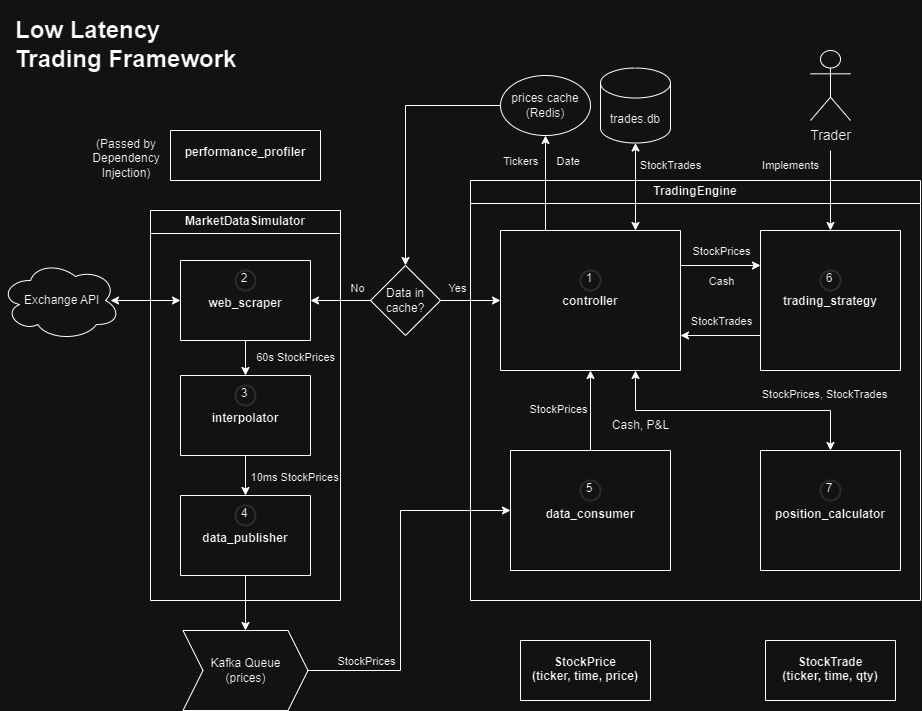
Above: imgs/LLFT-Architecture.drawio.png in Erik-Kelemen/Low-Latency-Trading-Framework (draw.io), before the change. Source tidied: cells renumbered, new cells last; positions are measured from the earlier drawing's top-left corner, leaving out a move shared by most shapes.
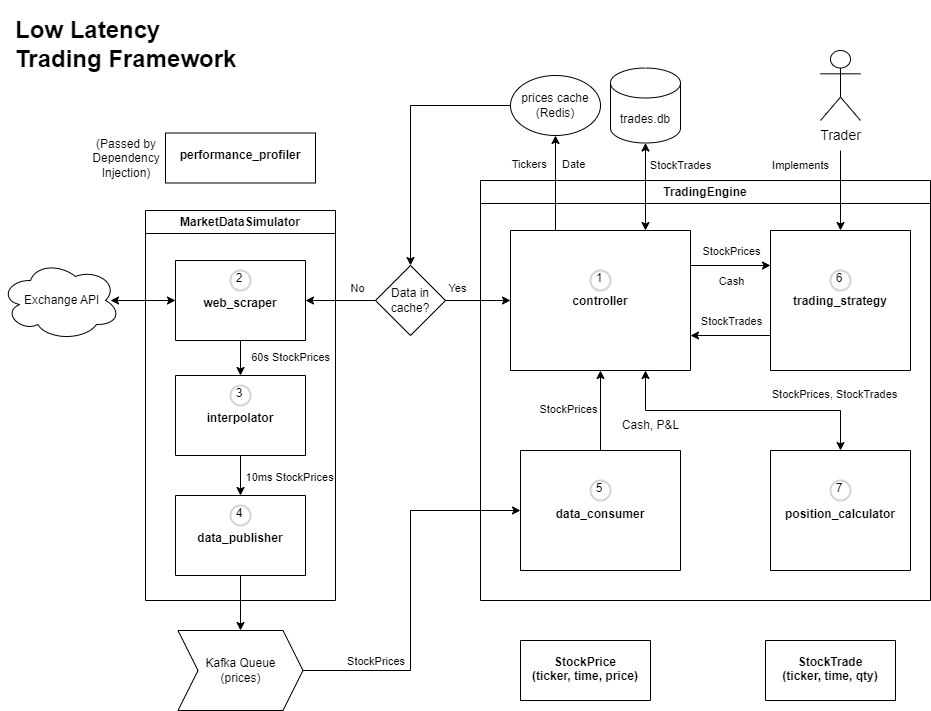
Later version of the same file.

The edit, as a diff of the source:
```diff
@@ -3,7 +3,7 @@
     <mxCell id="0" />
     <mxCell id="1" parent="0" />
     <mxCell id="2" value="TradingEngine" style="swimlane;whiteSpace=wrap;html=1;labelBackgroundColor=none;fillOpacity=0;" parent="1" vertex="1">
-      <mxGeometry x="470" y="170" width="450" height="420" as="geometry" />
+      <mxGeometry x="480" y="170" width="450" height="420" as="geometry" />
     </mxCell>
     <mxCell id="3" value="&#10;&#10;&#10;&#10;&#10;&#10;&#10;&#10;&#10;&#10;trading_strategy" style="swimlane;startSize=0;labelBackgroundColor=none;" parent="2" vertex="1">
       <mxGeometry x="290" y="50" width="140" height="140" as="geometry" />
@@ -75,7 +75,7 @@
       </mxGeometry>
     </mxCell>
     <mxCell id="21" value="MarketDataSimulator" style="swimlane;whiteSpace=wrap;html=1;labelBackgroundColor=none;fillOpacity=0;" parent="1" vertex="1">
-      <mxGeometry x="150" y="200" width="190" height="390" as="geometry" />
+      <mxGeometry x="145" y="200" width="190" height="390" as="geometry" />
     </mxCell>
     <mxCell id="22" value="&#10;&#10;&#10;&#10;&#10;&#10;interpolator" style="swimlane;startSize=0;labelBackgroundColor=none;" parent="21" vertex="1">
       <mxGeometry x="30" y="165" width="130" height="80" as="geometry" />
@@ -113,17 +113,17 @@
     </mxCell>
     <mxCell id="32" style="endArrow=classic;html=1;rounded=0;entryX=0.5;entryY=0;entryDx=0;entryDy=0;labelBackgroundColor=none;" parent="1" edge="1" target="3">
       <mxGeometry relative="1" as="geometry">
-        <mxPoint x="830" y="140" as="sourcePoint" />
+        <mxPoint x="840" y="140" as="sourcePoint" />
       </mxGeometry>
     </mxCell>
     <mxCell id="33" value="&lt;font style=&quot;font-size: 14px;&quot;&gt;Trader&lt;/font&gt;" style="shape=umlActor;verticalLabelPosition=bottom;verticalAlign=top;html=1;labelBackgroundColor=none;fillOpacity=0;" parent="1" vertex="1">
-      <mxGeometry x="810" y="40" width="40" height="70" as="geometry" />
+      <mxGeometry x="820" y="40" width="40" height="70" as="geometry" />
     </mxCell>
     <mxCell id="34" value="&amp;nbsp;Exchange API" style="ellipse;shape=cloud;whiteSpace=wrap;html=1;labelBackgroundColor=none;fillOpacity=0;" parent="1" vertex="1">
       <mxGeometry y="250" width="120" height="80" as="geometry" />
     </mxCell>
     <mxCell id="35" value="Kafka Queue&#10;(prices)" style="shape=step;perimeter=stepPerimeter;whiteSpace=wrap;html=1;fixedSize=1;labelBackgroundColor=none;fillOpacity=0;" parent="1" vertex="1">
-      <mxGeometry x="182.5" y="620" width="125" height="80" as="geometry" />
+      <mxGeometry x="177.5" y="620" width="125" height="80" as="geometry" />
     </mxCell>
     <mxCell id="36" style="endArrow=classic;html=1;rounded=0;exitX=0.5;exitY=1;exitDx=0;exitDy=0;entryX=0.5;entryY=0;entryDx=0;entryDy=0;labelBackgroundColor=none;" parent="1" edge="1" source="24" target="35">
       <mxGeometry relative="1" as="geometry" />
@@ -131,8 +131,8 @@
     <mxCell id="37" style="endArrow=classic;html=1;rounded=0;exitX=1;exitY=0.5;exitDx=0;exitDy=0;entryX=0;entryY=0.5;entryDx=0;entryDy=0;labelBackgroundColor=none;" parent="1" edge="1" source="35" target="7">
       <mxGeometry relative="1" as="geometry">
         <Array as="points">
-          <mxPoint x="400" y="660" />
-          <mxPoint x="400" y="500" />
+          <mxPoint x="410" y="660" />
+          <mxPoint x="410" y="500" />
         </Array>
       </mxGeometry>
     </mxCell>
@@ -140,13 +140,13 @@
       <mxGeometry relative="1" as="geometry" />
     </mxCell>
     <mxCell id="39" value="trades.db" style="shape=cylinder3;boundedLbl=1;backgroundOutline=1;size=15;labelBackgroundColor=none;fillOpacity=0;" parent="1" vertex="1">
-      <mxGeometry x="600" y="57.5" width="70" height="75" as="geometry" />
+      <mxGeometry x="610" y="57.5" width="70" height="75" as="geometry" />
     </mxCell>
     <mxCell id="40" style="endArrow=classic;html=1;rounded=0;labelBackgroundColor=none;exitX=0.25;exitY=0;exitDx=0;exitDy=0;entryX=0.5;entryY=1;entryDx=0;entryDy=0;" parent="1" edge="1" source="5" target="49">
       <mxGeometry relative="1" as="geometry" />
     </mxCell>
     <mxCell id="41" value="&#10;&#10;&#10;performance_profiler" style="swimlane;startSize=0;labelBackgroundColor=none;" parent="1" vertex="1">
-      <mxGeometry x="170" y="120" width="150" height="50" as="geometry" />
+      <mxGeometry x="165" y="122.5" width="150" height="50" as="geometry" />
     </mxCell>
     <mxCell id="42" value="&lt;h1&gt;Low Latency Trading Framework&lt;/h1&gt;" style="text;html=1;strokeColor=none;fillColor=none;spacing=5;spacingTop=-20;whiteSpace=wrap;overflow=hidden;rounded=0;labelBackgroundColor=none;" parent="1" vertex="1">
       <mxGeometry x="10" width="232.5" height="80" as="geometry" />
@@ -161,34 +161,36 @@
       <mxGeometry x="765" y="630" width="130" height="60" as="geometry" />
     </mxCell>
     <mxCell id="46" value="&lt;font style=&quot;font-size: 11px;&quot;&gt;StockTrades&lt;/font&gt;" style="text;html=1;align=center;verticalAlign=middle;strokeColor=none;fillColor=none;" parent="1" vertex="1">
-      <mxGeometry x="630" y="140" width="80" height="30" as="geometry" />
+      <mxGeometry x="640" y="140" width="80" height="30" as="geometry" />
     </mxCell>
     <mxCell id="47" value="&lt;font style=&quot;font-size: 11px;&quot;&gt;Implements&lt;/font&gt;" style="text;html=1;align=center;verticalAlign=middle;strokeColor=none;fillColor=none;" parent="1" vertex="1">
-      <mxGeometry x="750" y="140" width="80" height="30" as="geometry" />
+      <mxGeometry x="760" y="140" width="80" height="30" as="geometry" />
     </mxCell>
-    <mxCell id="48" value="StockPrices" style="edgeLabel;html=1;align=center;verticalAlign=middle;labelBackgroundColor=none;" parent="1" vertex="1">
-      <mxGeometry x="405" y="680" as="geometry">
+    <mxCell id="48" value="&amp;nbsp; &amp;nbsp;StockPrices" style="edgeLabel;html=1;align=center;verticalAlign=middle;labelBackgroundColor=none;" parent="1" vertex="1">
+      <mxGeometry x="410" y="680" as="geometry">
         <mxPoint x="-40" y="-30" as="offset" />
       </mxGeometry>
     </mxCell>
     <mxCell id="49" value="prices cache&#10;(Redis)" style="ellipse;whiteSpace=wrap;html=1;labelBackgroundColor=none;strokeColor=default;shadow=0;fillOpacity=0;" parent="1" vertex="1">
-      <mxGeometry x="500" y="65" width="90" height="60" as="geometry" />
+      <mxGeometry x="510" y="65" width="90" height="60" as="geometry" />
     </mxCell>
     <mxCell id="50" style="endArrow=classic;html=1;rounded=0;exitX=0;exitY=0.5;exitDx=0;exitDy=0;entryX=0.5;entryY=0;entryDx=0;entryDy=0;labelBackgroundColor=none;" parent="1" edge="1" source="49" target="51">
       <mxGeometry relative="1" as="geometry">
         <Array as="points">
-          <mxPoint x="405" y="95" />
+          <mxPoint x="410" y="95" />
         </Array>
       </mxGeometry>
     </mxCell>
     <mxCell id="51" value="Data in cache?" style="rhombus;whiteSpace=wrap;html=1;labelBackgroundColor=none;fillOpacity=0;" parent="1" vertex="1">
-      <mxGeometry x="370" y="255" width="70" height="70" as="geometry" />
+      <mxGeometry x="375" y="255" width="70" height="70" as="geometry" />
     </mxCell>
     <mxCell id="52" style="endArrow=classic;html=1;rounded=0;exitX=1;exitY=0.5;exitDx=0;exitDy=0;entryX=0;entryY=0.5;entryDx=0;entryDy=0;" parent="1" edge="1" source="51" target="5">
       <mxGeometry relative="1" as="geometry" />
     </mxCell>
-    <mxCell id="53" value="Tickers&amp;nbsp; &amp;nbsp; &amp;nbsp; Date" style="edgeLabel;html=1;align=center;verticalAlign=middle;labelBackgroundColor=none;" parent="1" vertex="1">
-      <mxGeometry x="540" y="150" as="geometry" />
+    <mxCell id="53" value="Tickers&amp;nbsp; &amp;nbsp; &amp;nbsp;Date" style="edgeLabel;html=1;align=center;verticalAlign=middle;labelBackgroundColor=none;" parent="1" vertex="1">
+      <mxGeometry x="530" y="155" as="geometry">
+        <mxPoint x="17" y="-2" as="offset" />
+      </mxGeometry>
     </mxCell>
     <mxCell id="54" value="No" style="edgeLabel;html=1;align=center;verticalAlign=middle;labelBackgroundColor=none;" parent="1" vertex="1">
       <mxGeometry x="380" y="340" as="geometry">
```
